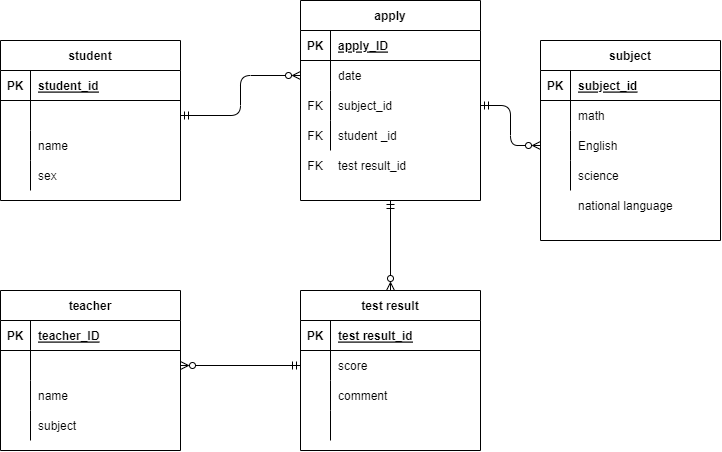
MISAKI0512/ER- keeps this draw.io diagram as index2.drawio.png. Above is the earlier version. Source tidied: cells renumbered, new cells last; positions are measured from the earlier drawing's top-left corner, leaving out a move shared by most shapes.
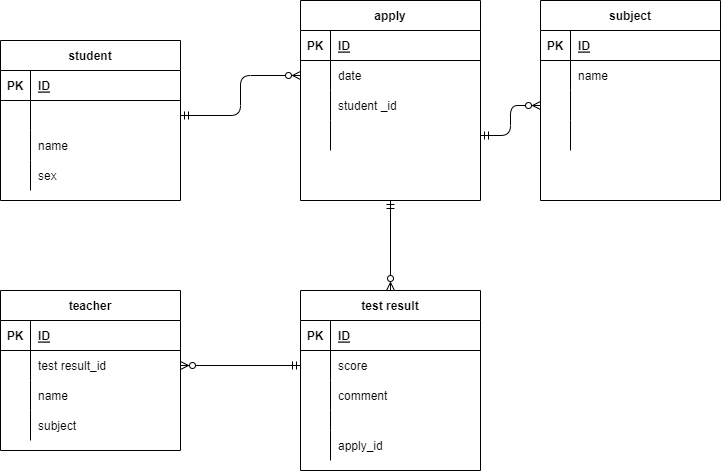
The same diagram one commit later.

Diff of the diagram source:
```diff
@@ -3,7 +3,7 @@
     <mxCell id="0" />
     <mxCell id="1" parent="0" />
     <mxCell id="2" value="subject" style="shape=table;startSize=30;rowLines=0;fontStyle=1;align=center;" parent="1" vertex="1">
-      <mxGeometry x="540" y="40" width="180" height="200" as="geometry" />
+      <mxGeometry x="540" width="180" height="200" as="geometry" />
     </mxCell>
     <mxCell id="3" style="shape=partialRectangle;fillColor=none;top=0;left=0;bottom=1;right=0;" parent="2" vertex="1">
       <mxGeometry y="30" width="180" height="30" as="geometry" />
@@ -11,7 +11,7 @@
     <mxCell id="4" value="PK" style="shape=partialRectangle;fillColor=none;top=0;left=0;bottom=0;right=0;fontStyle=1;overflow=hidden;" parent="3" vertex="1">
       <mxGeometry width="30" height="30" as="geometry" />
     </mxCell>
-    <mxCell id="5" value="subject_id" style="shape=partialRectangle;fillColor=none;top=0;left=0;bottom=0;right=0;align=left;spacingLeft=6;fontStyle=5;overflow=hidden;" parent="3" vertex="1">
+    <mxCell id="5" value="ID" style="shape=partialRectangle;fillColor=none;top=0;left=0;bottom=0;right=0;align=left;spacingLeft=6;fontStyle=5;overflow=hidden;" parent="3" vertex="1">
       <mxGeometry x="30" width="150" height="30" as="geometry" />
     </mxCell>
     <mxCell id="6" style="shape=partialRectangle;fillColor=none;top=0;left=0;bottom=0;right=0;" parent="2" vertex="1">
@@ -20,7 +20,7 @@
     <mxCell id="7" style="shape=partialRectangle;fillColor=none;top=0;left=0;bottom=0;right=0;overflow=hidden;" parent="6" vertex="1">
       <mxGeometry width="30" height="30" as="geometry" />
     </mxCell>
-    <mxCell id="8" value="math" style="shape=partialRectangle;fillColor=none;top=0;left=0;bottom=0;right=0;align=left;spacingLeft=6;overflow=hidden;" parent="6" vertex="1">
+    <mxCell id="8" value="name" style="shape=partialRectangle;fillColor=none;top=0;left=0;bottom=0;right=0;align=left;spacingLeft=6;overflow=hidden;" parent="6" vertex="1">
       <mxGeometry x="30" width="150" height="30" as="geometry" />
     </mxCell>
     <mxCell id="9" style="shape=partialRectangle;fillColor=none;top=0;left=0;bottom=0;right=0;points=[[0,0.5],[1,0.5]];portConstraint=eastwest;" parent="2" vertex="1">
@@ -29,7 +29,7 @@
     <mxCell id="10" style="shape=partialRectangle;fillColor=none;top=0;left=0;bottom=0;right=0;overflow=hidden;" parent="9" vertex="1">
       <mxGeometry width="30" height="30" as="geometry" />
     </mxCell>
-    <mxCell id="11" value="English" style="shape=partialRectangle;fillColor=none;top=0;left=0;bottom=0;right=0;align=left;spacingLeft=6;overflow=hidden;" parent="9" vertex="1">
+    <mxCell id="11" style="shape=partialRectangle;fillColor=none;top=0;left=0;bottom=0;right=0;align=left;spacingLeft=6;overflow=hidden;" parent="9" vertex="1">
       <mxGeometry x="30" width="150" height="30" as="geometry" />
     </mxCell>
     <mxCell id="12" style="shape=partialRectangle;fillColor=none;top=0;left=0;bottom=0;right=0;" parent="2" vertex="1">
@@ -38,7 +38,7 @@
     <mxCell id="13" style="shape=partialRectangle;fillColor=none;top=0;left=0;bottom=0;right=0;overflow=hidden;" parent="12" vertex="1">
       <mxGeometry width="30" height="30" as="geometry" />
     </mxCell>
-    <mxCell id="14" value="science" style="shape=partialRectangle;fillColor=none;top=0;left=0;bottom=0;right=0;align=left;spacingLeft=6;overflow=hidden;" parent="12" vertex="1">
+    <mxCell id="14" style="shape=partialRectangle;fillColor=none;top=0;left=0;bottom=0;right=0;align=left;spacingLeft=6;overflow=hidden;" parent="12" vertex="1">
       <mxGeometry x="30" width="150" height="30" as="geometry" />
     </mxCell>
     <mxCell id="15" value="student" style="shape=table;startSize=30;rowLines=0;fontStyle=1;align=center;" parent="1" vertex="1">
@@ -50,7 +50,7 @@
     <mxCell id="17" value="PK" style="shape=partialRectangle;fillColor=none;top=0;left=0;bottom=0;right=0;fontStyle=1;overflow=hidden;" parent="16" vertex="1">
       <mxGeometry width="30" height="30" as="geometry" />
     </mxCell>
-    <mxCell id="18" value="student_id" style="shape=partialRectangle;fillColor=none;top=0;left=0;bottom=0;right=0;align=left;spacingLeft=6;fontStyle=5;overflow=hidden;" parent="16" vertex="1">
+    <mxCell id="18" value="ID" style="shape=partialRectangle;fillColor=none;top=0;left=0;bottom=0;right=0;align=left;spacingLeft=6;fontStyle=5;overflow=hidden;" parent="16" vertex="1">
       <mxGeometry x="30" width="150" height="30" as="geometry" />
     </mxCell>
     <mxCell id="19" style="shape=partialRectangle;fillColor=none;top=0;left=0;bottom=0;right=0;points=[[0,0.5],[1,0.5]];portConstraint=eastwest;" parent="15" vertex="1">
@@ -89,7 +89,7 @@
     <mxCell id="30" value="PK" style="shape=partialRectangle;fillColor=none;top=0;left=0;bottom=0;right=0;fontStyle=1;overflow=hidden;" parent="29" vertex="1">
       <mxGeometry width="30" height="30" as="geometry" />
     </mxCell>
-    <mxCell id="31" value="teacher_ID" style="shape=partialRectangle;fillColor=none;top=0;left=0;bottom=0;right=0;align=left;spacingLeft=6;fontStyle=5;overflow=hidden;" parent="29" vertex="1">
+    <mxCell id="31" value="ID" style="shape=partialRectangle;fillColor=none;top=0;left=0;bottom=0;right=0;align=left;spacingLeft=6;fontStyle=5;overflow=hidden;" parent="29" vertex="1">
       <mxGeometry x="30" width="150" height="30" as="geometry" />
     </mxCell>
     <mxCell id="32" style="shape=partialRectangle;fillColor=none;top=0;left=0;bottom=0;right=0;points=[[0,0.5],[1,0.5]];portConstraint=eastwest;" parent="28" vertex="1">
@@ -98,7 +98,7 @@
     <mxCell id="33" style="shape=partialRectangle;fillColor=none;top=0;left=0;bottom=0;right=0;overflow=hidden;" parent="32" vertex="1">
       <mxGeometry width="30" height="30" as="geometry" />
     </mxCell>
-    <mxCell id="34" style="shape=partialRectangle;fillColor=none;top=0;left=0;bottom=0;right=0;align=left;spacingLeft=6;overflow=hidden;" parent="32" vertex="1">
+    <mxCell id="34" value="test result_id" style="shape=partialRectangle;fillColor=none;top=0;left=0;bottom=0;right=0;align=left;spacingLeft=6;overflow=hidden;" parent="32" vertex="1">
       <mxGeometry x="30" width="150" height="30" as="geometry" />
     </mxCell>
     <mxCell id="35" style="shape=partialRectangle;fillColor=none;top=0;left=0;bottom=0;right=0;" parent="28" vertex="1">
@@ -131,7 +131,7 @@
     <mxCell id="44" value="PK" style="shape=partialRectangle;fillColor=none;top=0;left=0;bottom=0;right=0;fontStyle=1;overflow=hidden;" parent="43" vertex="1">
       <mxGeometry width="30" height="30" as="geometry" />
     </mxCell>
-    <mxCell id="45" value="apply_ID" style="shape=partialRectangle;fillColor=none;top=0;left=0;bottom=0;right=0;align=left;spacingLeft=6;fontStyle=5;overflow=hidden;" parent="43" vertex="1">
+    <mxCell id="45" value="ID" style="shape=partialRectangle;fillColor=none;top=0;left=0;bottom=0;right=0;align=left;spacingLeft=6;fontStyle=5;overflow=hidden;" parent="43" vertex="1">
       <mxGeometry x="30" width="150" height="30" as="geometry" />
     </mxCell>
     <mxCell id="46" style="shape=partialRectangle;fillColor=none;top=0;left=0;bottom=0;right=0;points=[[0,0.5],[1,0.5]];portConstraint=eastwest;" parent="42" vertex="1">
@@ -143,26 +143,26 @@
     <mxCell id="48" value="date" style="shape=partialRectangle;fillColor=none;top=0;left=0;bottom=0;right=0;align=left;spacingLeft=6;overflow=hidden;" parent="46" vertex="1">
       <mxGeometry x="30" width="150" height="30" as="geometry" />
     </mxCell>
+    <mxCell id="52" style="shape=partialRectangle;fillColor=none;top=0;left=0;bottom=0;right=0;" parent="42" vertex="1">
+      <mxGeometry y="90" width="180" height="30" as="geometry" />
+    </mxCell>
+    <mxCell id="53" style="shape=partialRectangle;fillColor=none;top=0;left=0;bottom=0;right=0;overflow=hidden;" parent="52" vertex="1">
+      <mxGeometry width="30" height="30" as="geometry" />
+    </mxCell>
+    <mxCell id="54" value="student _id" style="shape=partialRectangle;fillColor=none;top=0;left=0;bottom=0;right=0;align=left;spacingLeft=6;overflow=hidden;" parent="52" vertex="1">
+      <mxGeometry x="30" width="150" height="30" as="geometry" />
+    </mxCell>
     <mxCell id="49" style="shape=partialRectangle;fillColor=none;top=0;left=0;bottom=0;right=0;points=[[0,0.5],[1,0.5]];portConstraint=eastwest;" parent="42" vertex="1">
-      <mxGeometry y="90" width="180" height="30" as="geometry" />
+      <mxGeometry y="120" width="180" height="30" as="geometry" />
     </mxCell>
-    <mxCell id="50" value="FK" style="shape=partialRectangle;fillColor=none;top=0;left=0;bottom=0;right=0;overflow=hidden;" parent="49" vertex="1">
+    <mxCell id="50" style="shape=partialRectangle;fillColor=none;top=0;left=0;bottom=0;right=0;overflow=hidden;" parent="49" vertex="1">
       <mxGeometry width="30" height="30" as="geometry" />
     </mxCell>
-    <mxCell id="51" value="subject_id" style="shape=partialRectangle;fillColor=none;top=0;left=0;bottom=0;right=0;align=left;spacingLeft=6;overflow=hidden;" parent="49" vertex="1">
+    <mxCell id="51" style="shape=partialRectangle;fillColor=none;top=0;left=0;bottom=0;right=0;align=left;spacingLeft=6;overflow=hidden;" parent="49" vertex="1">
       <mxGeometry x="30" width="150" height="30" as="geometry" />
     </mxCell>
-    <mxCell id="52" style="shape=partialRectangle;fillColor=none;top=0;left=0;bottom=0;right=0;" parent="42" vertex="1">
-      <mxGeometry y="120" width="180" height="30" as="geometry" />
-    </mxCell>
-    <mxCell id="53" value="FK" style="shape=partialRectangle;fillColor=none;top=0;left=0;bottom=0;right=0;overflow=hidden;" parent="52" vertex="1">
-      <mxGeometry width="30" height="30" as="geometry" />
-    </mxCell>
-    <mxCell id="54" value="student _id" style="shape=partialRectangle;fillColor=none;top=0;left=0;bottom=0;right=0;align=left;spacingLeft=6;overflow=hidden;" parent="52" vertex="1">
-      <mxGeometry x="30" width="150" height="30" as="geometry" />
-    </mxCell>
     <mxCell id="55" value="test result" style="shape=table;startSize=30;rowLines=0;fontStyle=1;align=center;" parent="1" vertex="1">
-      <mxGeometry x="300" y="290" width="180" height="160" as="geometry" />
+      <mxGeometry x="300" y="290" width="180" height="180" as="geometry" />
     </mxCell>
     <mxCell id="56" style="shape=partialRectangle;fillColor=none;top=0;left=0;bottom=1;right=0;" parent="55" vertex="1">
       <mxGeometry y="30" width="180" height="30" as="geometry" />
@@ -170,7 +170,7 @@
     <mxCell id="57" value="PK" style="shape=partialRectangle;fillColor=none;top=0;left=0;bottom=0;right=0;fontStyle=1;overflow=hidden;" parent="56" vertex="1">
       <mxGeometry width="30" height="30" as="geometry" />
     </mxCell>
-    <mxCell id="58" value="test result_id" style="shape=partialRectangle;fillColor=none;top=0;left=0;bottom=0;right=0;align=left;spacingLeft=6;fontStyle=5;overflow=hidden;" parent="56" vertex="1">
+    <mxCell id="58" value="ID" style="shape=partialRectangle;fillColor=none;top=0;left=0;bottom=0;right=0;align=left;spacingLeft=6;fontStyle=5;overflow=hidden;" parent="56" vertex="1">
       <mxGeometry x="30" width="150" height="30" as="geometry" />
     </mxCell>
     <mxCell id="59" style="shape=partialRectangle;fillColor=none;top=0;left=0;bottom=0;right=0;points=[[0,0.5],[1,0.5]];portConstraint=eastwest;" parent="55" vertex="1">
@@ -192,37 +192,31 @@
       <mxGeometry x="30" width="150" height="30" as="geometry" />
     </mxCell>
     <mxCell id="65" style="shape=partialRectangle;fillColor=none;top=0;left=0;bottom=0;right=0;" parent="55" vertex="1">
-      <mxGeometry y="120" width="180" height="30" as="geometry" />
+      <mxGeometry y="120" width="180" height="20" as="geometry" />
     </mxCell>
     <mxCell id="66" style="shape=partialRectangle;fillColor=none;top=0;left=0;bottom=0;right=0;overflow=hidden;" parent="65" vertex="1">
-      <mxGeometry width="30" height="30" as="geometry" />
+      <mxGeometry width="30" height="20" as="geometry" />
     </mxCell>
     <mxCell id="67" style="shape=partialRectangle;fillColor=none;top=0;left=0;bottom=0;right=0;align=left;spacingLeft=6;overflow=hidden;" parent="65" vertex="1">
-      <mxGeometry x="30" width="150" height="30" as="geometry" />
+      <mxGeometry x="30" width="150" height="20" as="geometry" />
     </mxCell>
+    <mxCell id="76" style="shape=partialRectangle;fillColor=none;top=0;left=0;bottom=0;right=0;" parent="55" vertex="1">
+      <mxGeometry y="140" width="180" height="30" as="geometry" />
+    </mxCell>
+    <mxCell id="70" style="shape=partialRectangle;fillColor=none;top=0;left=0;bottom=0;right=0;overflow=hidden;" parent="76" vertex="1">
+      <mxGeometry width="30" height="30" as="geometry" />
+    </mxCell>
+    <mxCell id="77" value="apply_id" style="shape=partialRectangle;fillColor=none;top=0;left=0;bottom=0;right=0;align=left;spacingLeft=6;overflow=hidden;" parent="76" vertex="1">
+      <mxGeometry x="30" width="150" height="30" as="geometry" />
+    </mxCell>
     <mxCell id="68" style="edgeStyle=orthogonalEdgeStyle;html=1;entryX=0;entryY=0.5;entryDx=0;entryDy=0;startArrow=ERmandOne;startFill=0;endArrow=ERzeroToMany;endFill=0;" parent="1" edge="1" source="19" target="46">
       <mxGeometry relative="1" as="geometry" />
     </mxCell>
-    <mxCell id="69" style="shape=partialRectangle;fillColor=none;top=0;left=0;bottom=0;right=0;" parent="1" vertex="1">
-      <mxGeometry x="540" y="190" width="180" height="30" as="geometry" />
-    </mxCell>
-    <mxCell id="70" style="shape=partialRectangle;fillColor=none;top=0;left=0;bottom=0;right=0;overflow=hidden;" parent="69" vertex="1">
-      <mxGeometry width="30" height="30" as="geometry" />
-    </mxCell>
-    <mxCell id="71" value="national language" style="shape=partialRectangle;fillColor=none;top=0;left=0;bottom=0;right=0;align=left;spacingLeft=6;overflow=hidden;" parent="69" vertex="1">
-      <mxGeometry x="30" width="150" height="30" as="geometry" />
-    </mxCell>
     <mxCell id="72" style="edgeStyle=orthogonalEdgeStyle;html=1;entryX=0;entryY=0.5;entryDx=0;entryDy=0;startArrow=ERmandOne;startFill=0;endArrow=ERzeroToMany;endFill=0;" parent="1" edge="1" source="49" target="9">
       <mxGeometry relative="1" as="geometry" />
     </mxCell>
     <mxCell id="73" style="edgeStyle=orthogonalEdgeStyle;html=1;entryX=0;entryY=0.5;entryDx=0;entryDy=0;startArrow=ERzeroToMany;startFill=0;endArrow=ERmandOne;endFill=0;" parent="1" edge="1" source="32" target="59">
       <mxGeometry relative="1" as="geometry" />
     </mxCell>
-    <mxCell id="74" value="FK" style="shape=partialRectangle;fillColor=none;top=0;left=0;bottom=0;right=0;overflow=hidden;" parent="1" vertex="1">
-      <mxGeometry x="300" y="150" width="30" height="30" as="geometry" />
-    </mxCell>
-    <mxCell id="75" value="test result_id" style="shape=partialRectangle;fillColor=none;top=0;left=0;bottom=0;right=0;align=left;spacingLeft=6;overflow=hidden;" parent="1" vertex="1">
-      <mxGeometry x="330" y="150" width="150" height="30" as="geometry" />
-    </mxCell>
   </root>
 </mxGraphModel>
```
